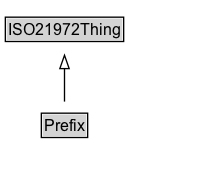
Before: docs/diagrams/Prefix.dot.png, a diagram exported from Graphviz (ISO-TC204/ontology-i72-v1). Its source is kept beside it as docs/diagrams/Prefix.dot.
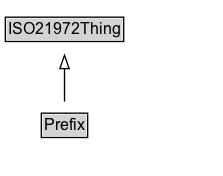
After the change.

What changed in the source:
```diff
@@ -3,13 +3,16 @@
 	node [fontname=Arial fontsize=12 margin=0 shape=none]
 	edge [fontname=Arial fontsize=11]
 	{
+		rank=source
+		ISO21972Thing [label=<<TABLE BORDER="1" CELLBORDER="0" CELLSPACING="0" CELLPADDING="1"><TR><TD BGCOLOR="lightgray" ALIGN="CENTER">ISO21972Thing</TD></TR></TABLE>> URL="../ISO21972Thing" margin=0]
+	}
+	Prefix [label=<<TABLE BORDER="1" CELLBORDER="0" CELLSPACING="0" CELLPADDING="1"><TR><TD BGCOLOR="lightgray" ALIGN="CENTER">Prefix</TD></TR></TABLE>> URL="../Prefix" margin=0]
+	{
 		rank=max
-		Prefix [label=<<TABLE BORDER="1" CELLBORDER="0" CELLSPACING="0" CELLPADDING="1"><TR><TD BGCOLOR="lightgray" ALIGN="CENTER" PORT="e">Prefix</TD></TR></TABLE>> URL="../Prefix.md" margin=0]
 	}
 	subgraph cluster_associated {
 		label="" style=invis
 		Invis [label=<<TABLE BORDER="0" CELLBORDER="0" CELLSPACING="0" CELLPADDING="1"><TR><TD></TD></TR></TABLE>> margin=0 style=invis]
 	}
-	ISO21972Thing [label=<<TABLE BORDER="1" CELLBORDER="0" CELLSPACING="0" CELLPADDING="1"><TR><TD BGCOLOR="lightgray" ALIGN="CENTER">ISO21972Thing</TD></TR></TABLE>> URL="../ISO21972Thing.md" margin=0]
 	Prefix -> ISO21972Thing [arrowhead=onormal style=solid]
 }
```
